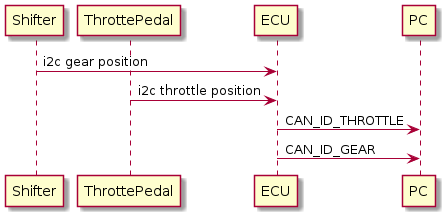
Above: besspin/cyberPhys/specs/ecu.png in GaloisInc/BESSPIN-Tool-Suite (PlantUML), before the change. Source of this version:
```plantuml
@startuml
participant Shifter order 10
participant ThrottePedal order 20
participant ECU order 30
participant PC order 40

Shifter -> ECU: i2c gear position
ThrottePedal -> ECU: i2c throttle position

ECU -> PC: CAN_ID_THROTTLE
ECU -> PC: CAN_ID_GEAR

@enduml
```
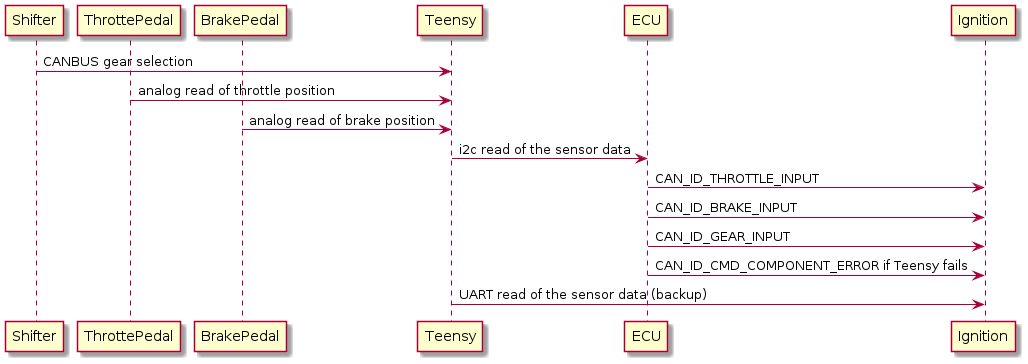
Above is the later version.

What changed in the source:
```diff
@@ -1,13 +1,21 @@
 @startuml
 participant Shifter order 10
 participant ThrottePedal order 20
-participant ECU order 30
-participant PC order 40
+participant BrakePedal order 30
+participant Teensy order 40
+participant ECU order 50
+participant Ignition order 60
 
-Shifter -> ECU: i2c gear position
-ThrottePedal -> ECU: i2c throttle position
+Shifter -> Teensy: CANBUS gear selection
+ThrottePedal -> Teensy: analog read of throttle position
+BrakePedal -> Teensy: analog read of brake position
+Teensy -> ECU: i2c read of the sensor data
 
-ECU -> PC: CAN_ID_THROTTLE
-ECU -> PC: CAN_ID_GEAR
+ECU -> Ignition: CAN_ID_THROTTLE_INPUT
+ECU -> Ignition: CAN_ID_BRAKE_INPUT
+ECU -> Ignition: CAN_ID_GEAR_INPUT
+ECU -> Ignition: CAN_ID_CMD_COMPONENT_ERROR if Teensy fails
+
+Teensy -> Ignition: UART read of the sensor data (backup)
 
 @enduml
```
